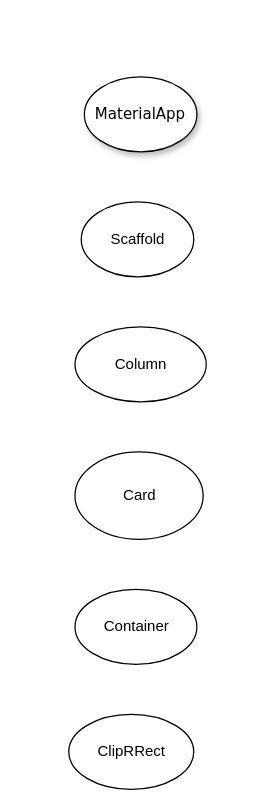
Before: Untitled Diagram.drawio in Mr-N-Sibiya/PersonalProjectsForPactice, a draw.io diagram. Source tidied: cells renumbered, new cells numbered last; positions are measured from the earlier drawing's top-left corner, leaving out a move shared by most shapes. Both pictures are drawn from the tidied source at 125%, with x=0, y=0 at pixel (69, 76).
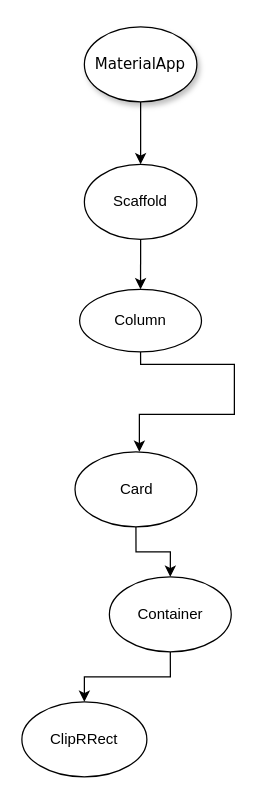
The same page after the edit.

What changed in the source:
```diff
@@
 <mxGraphModel background="#ffffff">
   <root>
     <mxCell id="0" />
     <mxCell id="1" parent="0" />
+    <mxCell id="8" style="edgeStyle=orthogonalEdgeStyle;rounded=0;jettySize=auto;html=1;entryX=0.5;entryY=0;entryDx=0;entryDy=0;" parent="1" edge="1" source="2" target="3">
+      <mxGeometry relative="1" as="geometry" />
+    </mxCell>
     <mxCell id="2" value="MaterialApp" style="ellipse;whiteSpace=wrap;html=1;rounded=0;shadow=1;comic=0;labelBackgroundColor=none;strokeWidth=1;fontFamily=Verdana;fontSize=12;align=center;" parent="1" vertex="1">
-      <mxGeometry x="12" width="90" height="60" as="geometry" />
+      <mxGeometry x="12" y="-40" width="90" height="60" as="geometry" />
     </mxCell>
+    <mxCell id="9" style="edgeStyle=orthogonalEdgeStyle;rounded=0;jettySize=auto;html=1;" parent="1" edge="1" source="3" target="6">
+      <mxGeometry relative="1" as="geometry">
+        <Array as="points">
+          <mxPoint x="57" y="190" />
+          <mxPoint x="57" y="190" />
+        </Array>
+      </mxGeometry>
+    </mxCell>
     <mxCell id="3" value="Scaffold" style="ellipse;whiteSpace=wrap;html=1;" parent="1" vertex="1">
-      <mxGeometry x="9.5" y="100" width="90" height="60" as="geometry" />
+      <mxGeometry x="12" y="70" width="90" height="60" as="geometry" />
     </mxCell>
+    <mxCell id="10" style="edgeStyle=orthogonalEdgeStyle;rounded=0;jettySize=auto;html=1;entryX=0.5;entryY=0;entryDx=0;entryDy=0;" parent="1" edge="1" source="4" target="5">
+      <mxGeometry relative="1" as="geometry" />
+    </mxCell>
     <mxCell id="4" value="Card" style="ellipse;whiteSpace=wrap;html=1;" parent="1" vertex="1">
-      <mxGeometry x="4.5" y="300" width="102.5" height="70" as="geometry" />
+      <mxGeometry x="4.5" y="300" width="97.5" height="60" as="geometry" />
     </mxCell>
+    <mxCell id="11" style="edgeStyle=orthogonalEdgeStyle;rounded=0;jettySize=auto;html=1;" parent="1" edge="1" source="5" target="7">
+      <mxGeometry relative="1" as="geometry" />
+    </mxCell>
     <mxCell id="5" value="Container" style="ellipse;whiteSpace=wrap;html=1;" parent="1" vertex="1">
-      <mxGeometry x="4.5" y="410" width="97.5" height="60" as="geometry" />
+      <mxGeometry x="32" y="400" width="97.5" height="60" as="geometry" />
     </mxCell>
+    <mxCell id="12" style="edgeStyle=orthogonalEdgeStyle;rounded=0;jettySize=auto;html=1;" parent="1" edge="1" source="6">
+      <mxGeometry relative="1" as="geometry">
+        <mxPoint x="56" y="300" as="targetPoint" />
+        <Array as="points">
+          <mxPoint x="57" y="230" />
+          <mxPoint x="132" y="230" />
+          <mxPoint x="132" y="270" />
+          <mxPoint x="56" y="270" />
+        </Array>
+      </mxGeometry>
+    </mxCell>
     <mxCell id="6" value="Column" style="ellipse;whiteSpace=wrap;html=1;" parent="1" vertex="1">
-      <mxGeometry x="4.5" y="200" width="105" height="60" as="geometry" />
+      <mxGeometry x="8.2" y="170" width="97.5" height="50" as="geometry" />
     </mxCell>
     <mxCell id="7" value="ClipRRect" style="ellipse;whiteSpace=wrap;html=1;" parent="1" vertex="1">
-      <mxGeometry x="-0.5" y="510" width="100" height="60" as="geometry" />
+      <mxGeometry x="-38" y="500" width="100" height="60" as="geometry" />
     </mxCell>
   </root>
 </mxGraphModel>
```
